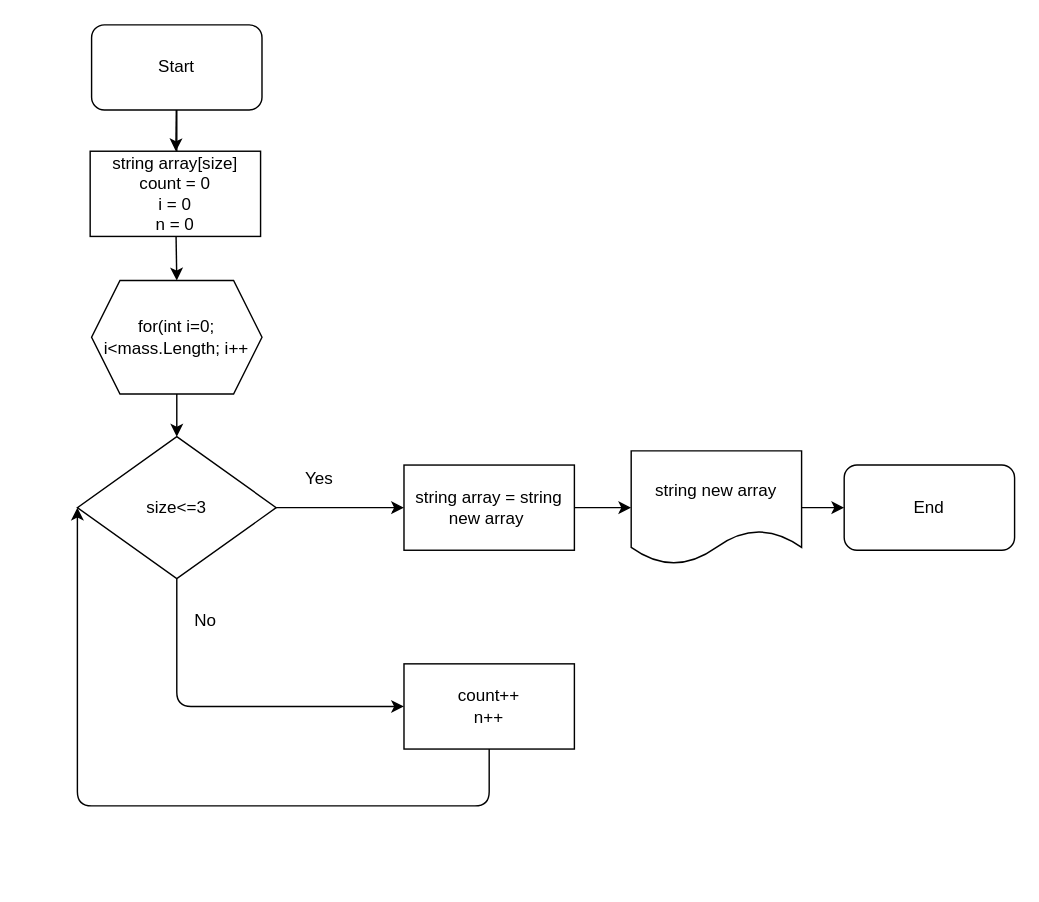
Earlier version of the draw.io diagram Final_program/diagram.drawio (Kshennikovaan/1Term_FinalControl). Source tidied: cells renumbered, new cells numbered last; positions are measured from the earlier drawing's top-left corner, leaving out a move shared by most shapes. Both pictures are drawn from the tidied source at 142%, with x=0, y=0 at pixel (77, 24).
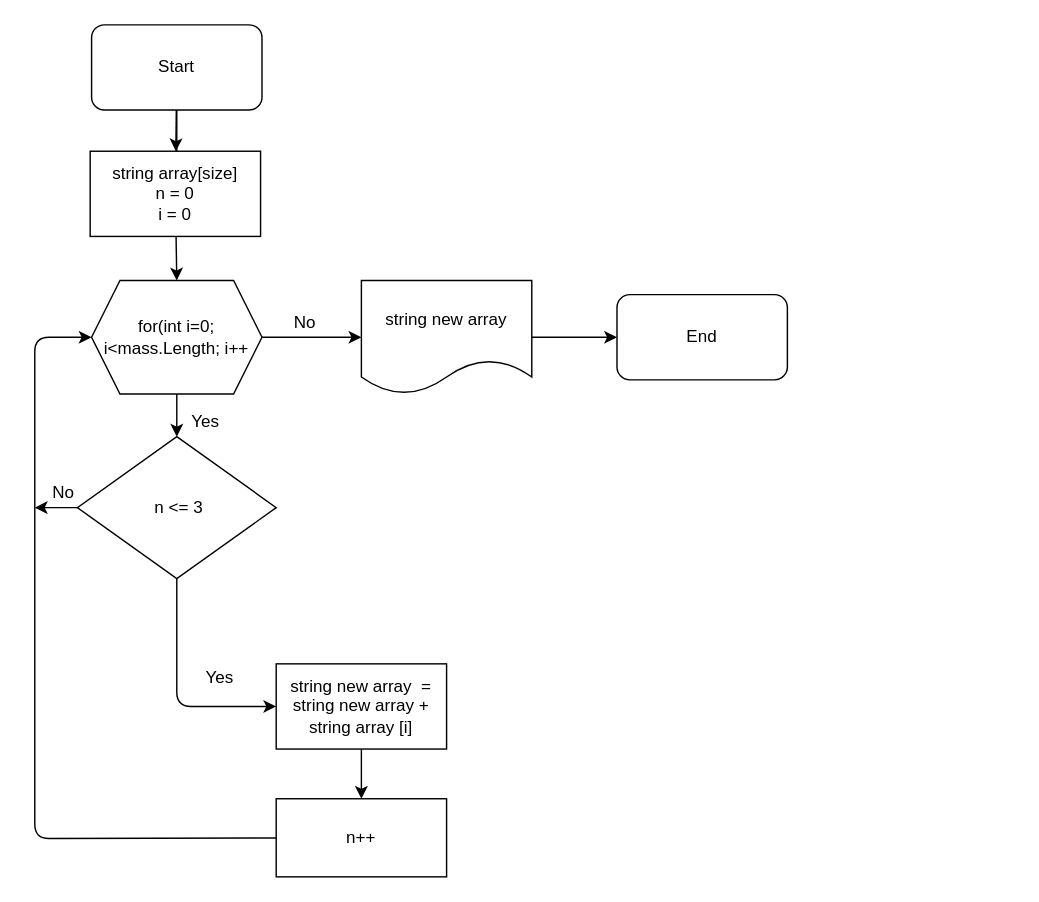
Above is the later version.

The change refers to these unchanged cells:
```xml
<mxCell id="8" value="for(int i=0; i&amp;lt;mass.Length; i++" style="shape=hexagon;perimeter=hexagonPerimeter2;whiteSpace=wrap;html=1;fixedSize=1;" parent="1" vertex="1">
  <mxGeometry x="10" y="180" width="120" height="80" as="geometry" />
</mxCell>
```

What changed in the source:
```diff
@@
-    <mxCell id="6" value="string array[size]&lt;br&gt;count = 0&lt;br&gt;i = 0&lt;br&gt;n = 0" style="rounded=0;whiteSpace=wrap;html=1;" parent="1" vertex="1">
+    <mxCell id="6" value="string array[size]&lt;br&gt;n&amp;nbsp;= 0&lt;br&gt;i = 0" style="rounded=0;whiteSpace=wrap;html=1;" parent="1" vertex="1">
       <mxGeometry x="9" y="89" width="120" height="60" as="geometry" />
     </mxCell>
@@
+    <mxCell id="21" style="edgeStyle=none;html=1;" parent="1" edge="1" source="8" target="20">
+      <mxGeometry relative="1" as="geometry" />
+    </mxCell>
@@
-    <mxCell id="9" style="edgeStyle=none;html=1;" parent="1" edge="1" source="11" target="13">
-      <mxGeometry relative="1" as="geometry" />
-    </mxCell>
-    <mxCell id="10" style="edgeStyle=none;html=1;entryX=0;entryY=0.5;entryDx=0;entryDy=0;" parent="1" edge="1" source="11" target="16">
+    <mxCell id="10" style="edgeStyle=none;html=1;entryX=0;entryY=0.5;entryDx=0;entryDy=0;" parent="1" edge="1" source="11">
       <mxGeometry relative="1" as="geometry">
+        <mxPoint x="140" y="480" as="targetPoint" />
         <Array as="points">
           <mxPoint x="70" y="480" />
         </Array>
       </mxGeometry>
     </mxCell>
+    <mxCell id="22" style="edgeStyle=none;html=1;" parent="1" edge="1" source="11">
+      <mxGeometry relative="1" as="geometry">
+        <mxPoint x="-30" y="340" as="targetPoint" />
+      </mxGeometry>
+    </mxCell>
-    <mxCell id="11" value="size&amp;lt;=3" style="rhombus;whiteSpace=wrap;html=1;" parent="1" vertex="1">
+    <mxCell id="11" value="&amp;nbsp;n &amp;lt;= 3" style="rhombus;whiteSpace=wrap;html=1;" parent="1" vertex="1">
       <mxGeometry y="290" width="140" height="100" as="geometry" />
     </mxCell>
-    <mxCell id="12" style="edgeStyle=none;html=1;" parent="1" edge="1" source="13" target="20">
-      <mxGeometry relative="1" as="geometry" />
-    </mxCell>
-    <mxCell id="13" value="string array = string new array&amp;nbsp;" style="whiteSpace=wrap;html=1;" parent="1" vertex="1">
-      <mxGeometry x="230" y="310" width="120" height="60" as="geometry" />
-    </mxCell>
     <mxCell id="14" value="Yes" style="text;html=1;align=center;verticalAlign=middle;strokeColor=none;fillColor=none;" parent="1" vertex="1">
-      <mxGeometry x="150" y="310" width="40" height="20" as="geometry" />
+      <mxGeometry x="80" y="450" width="40" height="20" as="geometry" />
     </mxCell>
-    <mxCell id="15" style="edgeStyle=none;html=1;entryX=0;entryY=0.5;entryDx=0;entryDy=0;exitX=0.5;exitY=1;exitDx=0;exitDy=0;" parent="1" edge="1" source="16" target="11">
-      <mxGeometry relative="1" as="geometry">
-        <Array as="points">
-          <mxPoint x="290" y="550" />
-          <mxPoint y="550" />
-        </Array>
-      </mxGeometry>
-    </mxCell>
-    <mxCell id="16" value="count++&lt;br&gt;n++" style="whiteSpace=wrap;html=1;" parent="1" vertex="1">
-      <mxGeometry x="230" y="450" width="120" height="60" as="geometry" />
-    </mxCell>
-    <mxCell id="17" value="No" style="text;html=1;align=center;verticalAlign=middle;strokeColor=none;fillColor=none;" parent="1" vertex="1">
-      <mxGeometry x="75" y="410" width="30" height="20" as="geometry" />
-    </mxCell>
     <mxCell id="18" value="End" style="rounded=1;whiteSpace=wrap;html=1;" parent="1" vertex="1">
-      <mxGeometry x="540" y="310" width="120" height="60" as="geometry" />
+      <mxGeometry x="380" y="190" width="120" height="60" as="geometry" />
     </mxCell>
@@
     <mxCell id="20" value="string new array" style="shape=document;whiteSpace=wrap;html=1;boundedLbl=1;" parent="1" vertex="1">
-      <mxGeometry x="390" y="300" width="120" height="80" as="geometry" />
+      <mxGeometry x="200" y="180" width="120" height="80" as="geometry" />
     </mxCell>
+    <mxCell id="23" style="edgeStyle=none;html=1;entryX=0;entryY=0.5;entryDx=0;entryDy=0;" parent="1" edge="1" source="24" target="8">
+      <mxGeometry relative="1" as="geometry">
+        <Array as="points">
+          <mxPoint x="-30" y="573" />
+          <mxPoint x="-30" y="220" />
+        </Array>
+      </mxGeometry>
+    </mxCell>
+    <mxCell id="24" value="n++" style="whiteSpace=wrap;html=1;" parent="1" vertex="1">
+      <mxGeometry x="140" y="545" width="120" height="55" as="geometry" />
+    </mxCell>
+    <mxCell id="25" style="edgeStyle=none;html=1;" parent="1" edge="1" source="26" target="24">
+      <mxGeometry relative="1" as="geometry" />
+    </mxCell>
+    <mxCell id="26" value="string new array&amp;nbsp; = string new array + string array [i]" style="whiteSpace=wrap;html=1;" parent="1" vertex="1">
+      <mxGeometry x="140" y="450" width="120" height="60" as="geometry" />
+    </mxCell>
+    <mxCell id="27" value="No" style="text;html=1;align=center;verticalAlign=middle;strokeColor=none;fillColor=none;" parent="1" vertex="1">
+      <mxGeometry x="-25" y="320" width="30" height="20" as="geometry" />
+    </mxCell>
+    <mxCell id="28" value="Yes" style="text;html=1;align=center;verticalAlign=middle;strokeColor=none;fillColor=none;" parent="1" vertex="1">
+      <mxGeometry x="70" y="270" width="40" height="20" as="geometry" />
+    </mxCell>
+    <mxCell id="29" value="No" style="text;html=1;align=center;verticalAlign=middle;strokeColor=none;fillColor=none;" parent="1" vertex="1">
+      <mxGeometry x="145" y="200" width="30" height="20" as="geometry" />
+    </mxCell>
```
